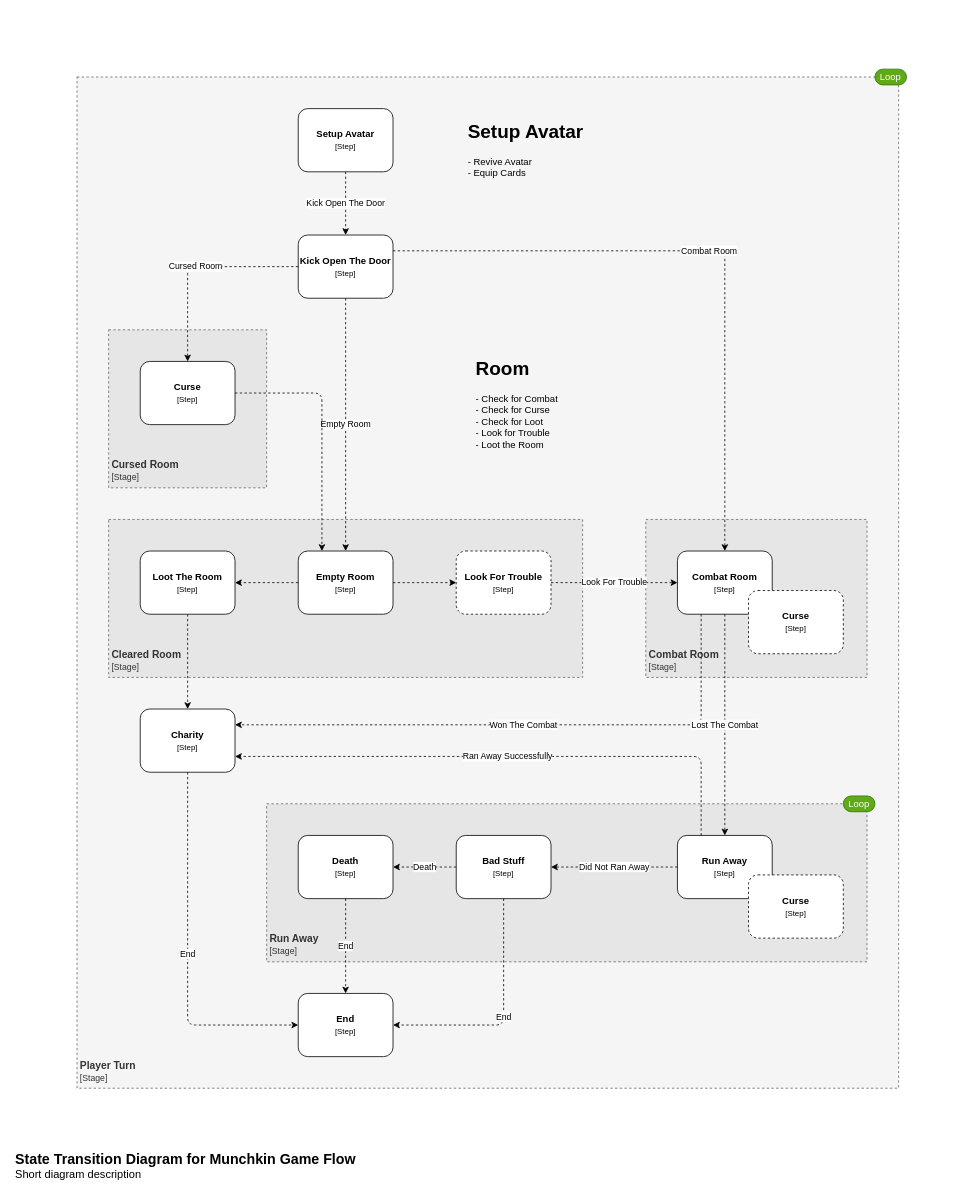
The draw.io diagram page "component.state.player-turn" (1 of 3) of docs/diagrams/munchkin.drawio in walking-down-the-silence/munchkin, before the edit. Source tidied: cells renumbered, new cells numbered last; positions are measured from the earlier drawing's top-left corner, leaving out a move shared by most shapes. Both pictures are drawn from the tidied source at 79%, with x=0, y=0 at pixel (13, 13).
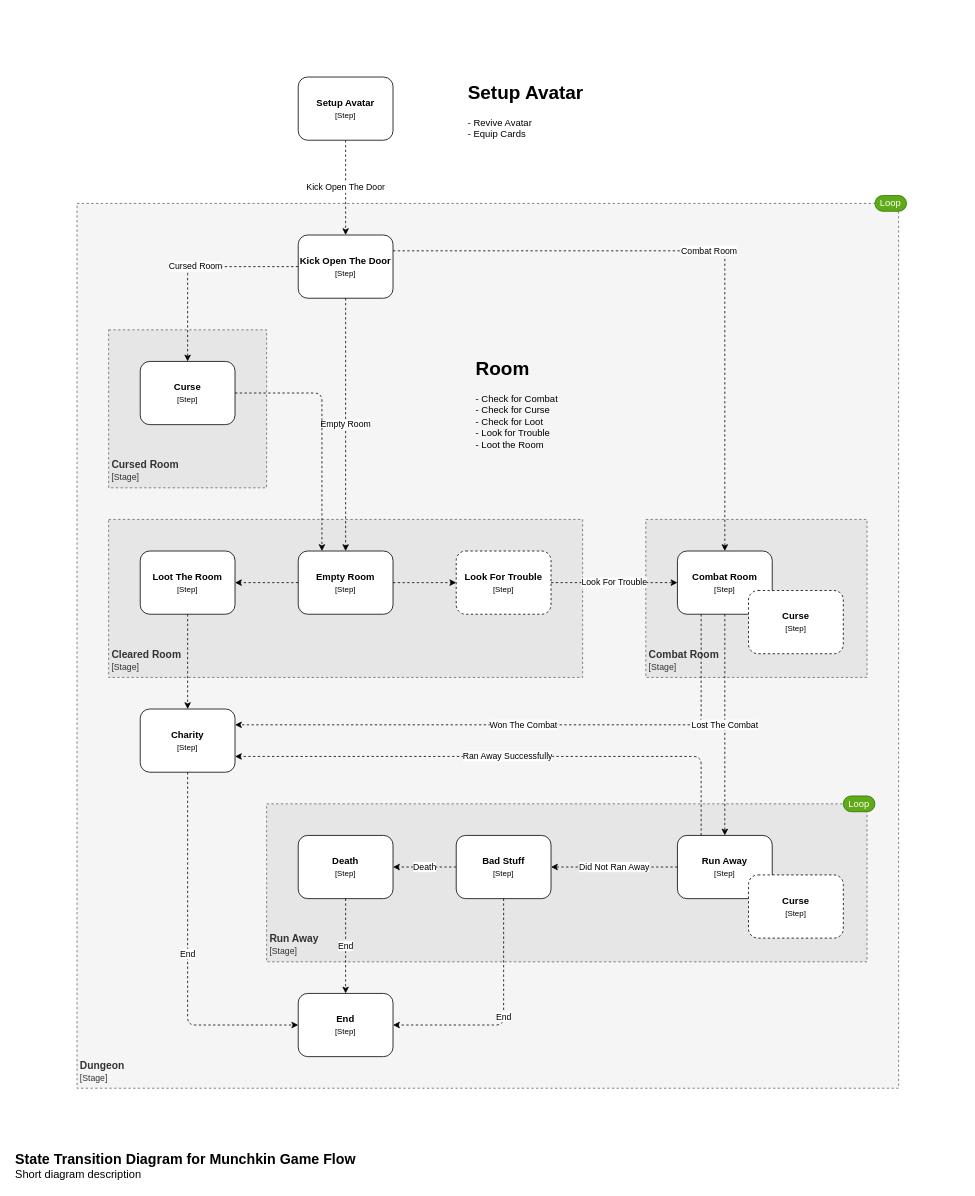
The same page after the edit.

What changed in the source:
```diff
@@
-    <mxCell id="3" value="&lt;b&gt;&lt;font style=&quot;font-size: 13px&quot;&gt;Player Turn&lt;/font&gt;&lt;/b&gt;&lt;br style=&quot;font-size: 12px&quot;&gt;&lt;font style=&quot;font-size: 11px&quot;&gt;[Stage]&lt;/font&gt;" style="rounded=0;whiteSpace=wrap;html=1;dashed=1;verticalAlign=bottom;align=left;fontSize=12;fontColor=#333333;spacingBottom=4;spacingLeft=2;strokeColor=#666666;fillColor=#f5f5f5;" parent="1" vertex="1">
-      <mxGeometry x="80" y="80" width="1040" height="1280" as="geometry" />
+    <mxCell id="3" value="&lt;b&gt;&lt;font style=&quot;font-size: 13px&quot;&gt;Dungeon&lt;/font&gt;&lt;/b&gt;&lt;br style=&quot;font-size: 12px&quot;&gt;&lt;font style=&quot;font-size: 11px&quot;&gt;[Stage]&lt;/font&gt;" style="rounded=0;whiteSpace=wrap;html=1;dashed=1;verticalAlign=bottom;align=left;fontSize=12;fontColor=#333333;spacingBottom=4;spacingLeft=2;strokeColor=#666666;fillColor=#f5f5f5;" parent="1" vertex="1">
+      <mxGeometry x="80" y="240" width="1040" height="1120" as="geometry" />
     </mxCell>
@@
     <mxCell id="7" value="&lt;b&gt;Setup Avatar&lt;br&gt;&lt;/b&gt;&lt;font style=&quot;font-size: 10px&quot;&gt;[Step]&lt;br&gt;&lt;/font&gt;" style="rounded=1;whiteSpace=wrap;html=1;align=center;" parent="1" vertex="1">
-      <mxGeometry x="360" y="120" width="120" height="80" as="geometry" />
+      <mxGeometry x="360" y="80" width="120" height="80" as="geometry" />
     </mxCell>
@@
     <mxCell id="10" value="&lt;h1&gt;Setup Avatar&lt;/h1&gt;&lt;p&gt;- Revive Avatar&lt;br&gt;- Equip Cards&lt;/p&gt;" style="text;html=1;strokeColor=none;fillColor=none;spacing=5;spacingTop=-20;whiteSpace=wrap;overflow=hidden;rounded=0;" parent="1" vertex="1">
-      <mxGeometry x="570" y="130" width="190" height="120" as="geometry" />
+      <mxGeometry x="570" y="80" width="190" height="120" as="geometry" />
     </mxCell>
@@
     <mxCell id="12" value="Loop" style="rounded=1;whiteSpace=wrap;html=1;labelBackgroundColor=none;sketch=0;fillColor=#60a917;fontColor=#ffffff;strokeColor=#2D7600;arcSize=50;" parent="1" vertex="1">
-      <mxGeometry x="1090" y="70" width="40" height="20" as="geometry" />
+      <mxGeometry x="1090" y="230" width="40" height="20" as="geometry" />
     </mxCell>
```
